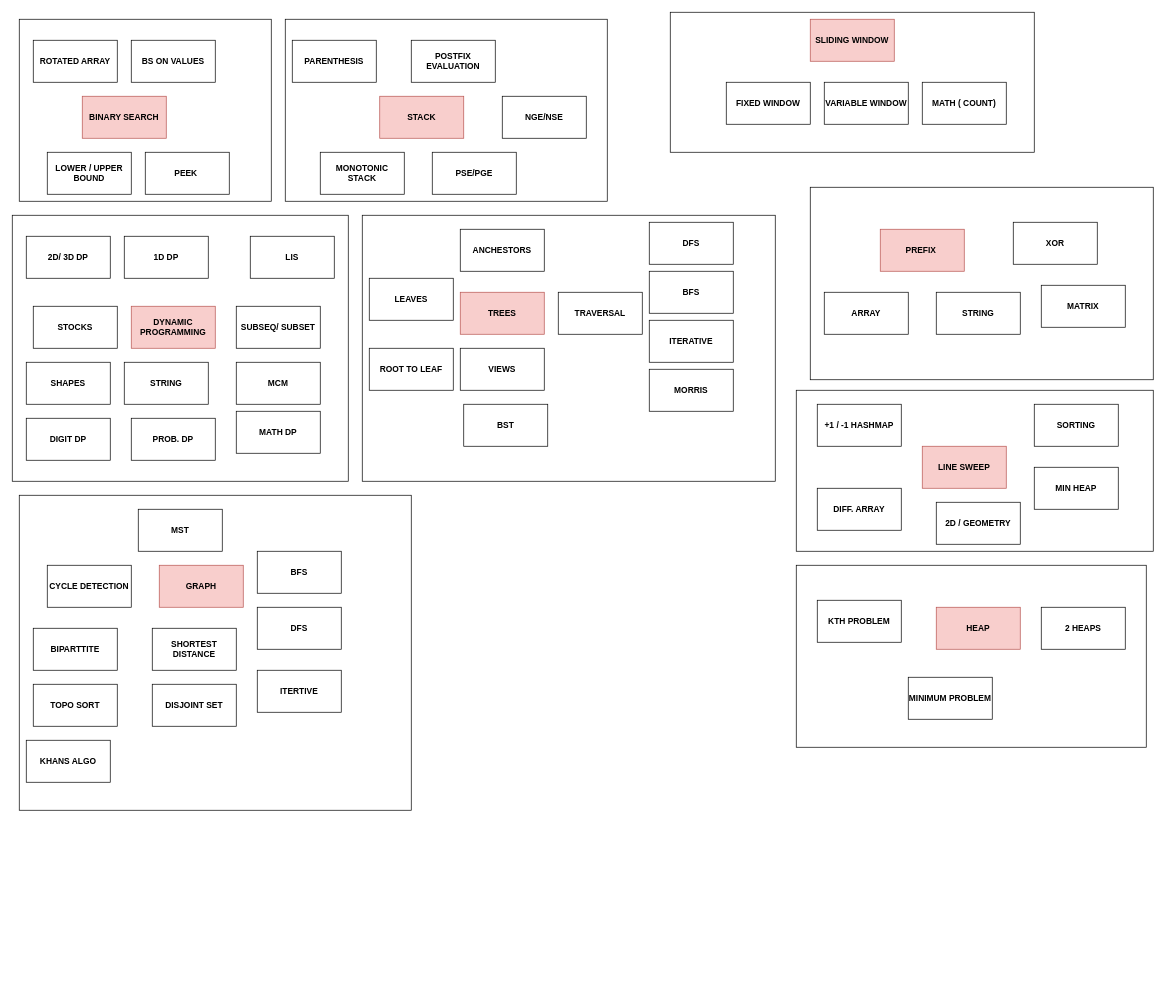
Earlier version of the draw.io diagram coding map.drawio (Dhamodharan17/problem-solving-python). Source tidied: cells renumbered, new cells numbered last; positions are measured from the earlier drawing's top-left corner, leaving out a move shared by most shapes. Both pictures are drawn from the tidied source at 70%, with x=0, y=0 at pixel (12, 12).
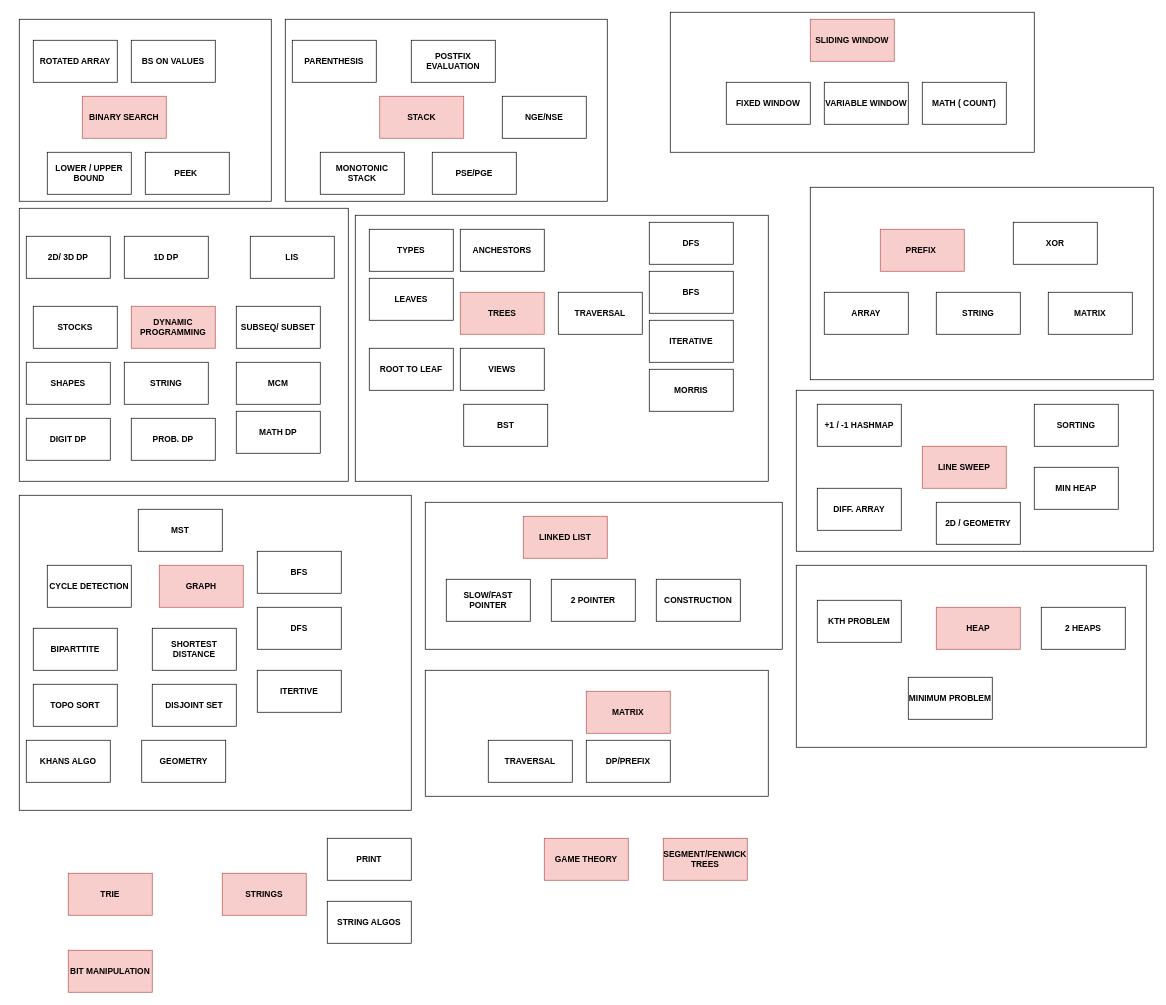
Above is the later version.

The change refers to these unchanged cells:
```xml
<mxCell id="43" style="group;" parent="1" vertex="1">
  <mxGeometry x="20" y="320" width="550" height="820" as="geometry" />
</mxCell>
```

Change to the diagram source:
```diff
@@
     <mxCell id="7" style="rounded=0;whiteSpace=wrap;html=1;fillColor=none;" parent="1" vertex="1">
-      <mxGeometry x="500" y="290" width="590" height="380" as="geometry" />
+      <mxGeometry x="490" y="290" width="590" height="380" as="geometry" />
     </mxCell>
@@
     <mxCell id="45" style="rounded=0;whiteSpace=wrap;html=1;fillColor=none;" parent="43" vertex="1">
-      <mxGeometry x="-20" y="-30" width="480" height="380" as="geometry" />
+      <mxGeometry x="-10" y="-40" width="470" height="390" as="geometry" />
     </mxCell>
@@
+    <mxCell id="101" value="&lt;b&gt;GEOMETRY&lt;/b&gt;" style="rounded=0;whiteSpace=wrap;html=1;" parent="43" vertex="1">
+      <mxGeometry x="165" y="720" width="120" height="60" as="geometry" />
+    </mxCell>
@@
-    <mxCell id="78" value="&lt;b&gt;MATRIX&lt;/b&gt;" style="rounded=0;whiteSpace=wrap;html=1;" parent="1" vertex="1">
-      <mxGeometry x="1470" y="390" width="120" height="60" as="geometry" />
+    <mxCell id="78" value="&lt;b&gt;MATRIX&lt;/b&gt;" style="rounded=0;whiteSpace=wrap;html=1;fillColor=#f8cecc;strokeColor=#b85450;" parent="1" vertex="1">
+      <mxGeometry x="820" y="970" width="120" height="60" as="geometry" />
     </mxCell>
@@
+    <mxCell id="102" value="&lt;b&gt;TRIE&lt;/b&gt;" style="rounded=0;whiteSpace=wrap;html=1;fillColor=#f8cecc;strokeColor=#b85450;" parent="1" vertex="1">
+      <mxGeometry x="80" y="1230" width="120" height="60" as="geometry" />
+    </mxCell>
+    <mxCell id="103" value="&lt;b&gt;STRINGS&lt;/b&gt;" style="rounded=0;whiteSpace=wrap;html=1;fillColor=#f8cecc;strokeColor=#b85450;" parent="1" vertex="1">
+      <mxGeometry x="300" y="1230" width="120" height="60" as="geometry" />
+    </mxCell>
+    <mxCell id="104" value="&lt;b&gt;BIT MANIPULATION&lt;/b&gt;" style="rounded=0;whiteSpace=wrap;html=1;fillColor=#f8cecc;strokeColor=#b85450;" parent="1" vertex="1">
+      <mxGeometry x="80" y="1340" width="120" height="60" as="geometry" />
+    </mxCell>
+    <mxCell id="105" value="&lt;b&gt;PRINT&lt;/b&gt;" style="rounded=0;whiteSpace=wrap;html=1;" parent="1" vertex="1">
+      <mxGeometry x="450" y="1180" width="120" height="60" as="geometry" />
+    </mxCell>
+    <mxCell id="106" value="&lt;b&gt;STRING ALGOS&lt;/b&gt;" style="rounded=0;whiteSpace=wrap;html=1;" parent="1" vertex="1">
+      <mxGeometry x="450" y="1270" width="120" height="60" as="geometry" />
+    </mxCell>
+    <mxCell id="107" value="&lt;b&gt;TYPES&lt;/b&gt;" style="rounded=0;whiteSpace=wrap;html=1;" parent="1" vertex="1">
+      <mxGeometry x="510" y="310" width="120" height="60" as="geometry" />
+    </mxCell>
+    <mxCell id="108" value="&lt;b&gt;MATRIX&lt;/b&gt;" style="rounded=0;whiteSpace=wrap;html=1;" parent="1" vertex="1">
+      <mxGeometry x="1480" y="400" width="120" height="60" as="geometry" />
+    </mxCell>
+    <mxCell id="109" value="&lt;b&gt;TRAVERSAL&lt;/b&gt;" style="rounded=0;whiteSpace=wrap;html=1;" parent="1" vertex="1">
+      <mxGeometry x="680" y="1040" width="120" height="60" as="geometry" />
+    </mxCell>
+    <mxCell id="110" value="&lt;b&gt;DP/PREFIX&lt;/b&gt;" style="rounded=0;whiteSpace=wrap;html=1;" parent="1" vertex="1">
+      <mxGeometry x="820" y="1040" width="120" height="60" as="geometry" />
+    </mxCell>
+    <mxCell id="111" value="&lt;b&gt;LINKED LIST&lt;/b&gt;" style="rounded=0;whiteSpace=wrap;html=1;fillColor=#f8cecc;strokeColor=#b85450;" parent="1" vertex="1">
+      <mxGeometry x="730" y="720" width="120" height="60" as="geometry" />
+    </mxCell>
+    <mxCell id="112" value="&lt;b&gt;2 POINTER&lt;/b&gt;" style="rounded=0;whiteSpace=wrap;html=1;" parent="1" vertex="1">
+      <mxGeometry x="770" y="810" width="120" height="60" as="geometry" />
+    </mxCell>
+    <mxCell id="113" value="&lt;b&gt;SLOW/FAST POINTER&lt;/b&gt;" style="rounded=0;whiteSpace=wrap;html=1;" parent="1" vertex="1">
+      <mxGeometry x="620" y="810" width="120" height="60" as="geometry" />
+    </mxCell>
+    <mxCell id="114" value="&lt;b&gt;CONSTRUCTION&lt;/b&gt;" style="rounded=0;whiteSpace=wrap;html=1;" parent="1" vertex="1">
+      <mxGeometry x="920" y="810" width="120" height="60" as="geometry" />
+    </mxCell>
+    <mxCell id="115" value="&lt;b&gt;SEGMENT/FENWICK TREES&lt;/b&gt;" style="rounded=0;whiteSpace=wrap;html=1;fillColor=#f8cecc;strokeColor=#b85450;" parent="1" vertex="1">
+      <mxGeometry x="930" y="1180" width="120" height="60" as="geometry" />
+    </mxCell>
+    <mxCell id="116" value="&lt;b&gt;GAME THEORY&lt;/b&gt;" style="rounded=0;whiteSpace=wrap;html=1;fillColor=#f8cecc;strokeColor=#b85450;" parent="1" vertex="1">
+      <mxGeometry x="760" y="1180" width="120" height="60" as="geometry" />
+    </mxCell>
+    <mxCell id="117" style="rounded=0;whiteSpace=wrap;html=1;fillColor=none;" parent="1" vertex="1">
+      <mxGeometry x="590" y="700" width="510" height="210" as="geometry" />
+    </mxCell>
+    <mxCell id="118" style="rounded=0;whiteSpace=wrap;html=1;fillColor=none;" parent="1" vertex="1">
+      <mxGeometry x="590" y="940" width="490" height="180" as="geometry" />
+    </mxCell>
```
